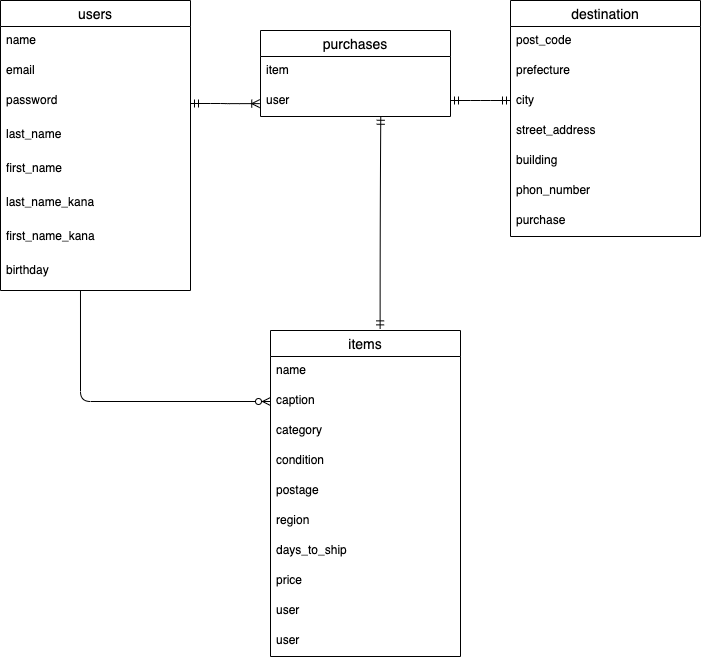
ShozoKurie/furima-39691 keeps this draw.io diagram as furima_ER図.png. Above is the earlier version. Source tidied: cells renumbered, new cells last; positions are measured from the earlier drawing's top-left corner, leaving out a move shared by most shapes.
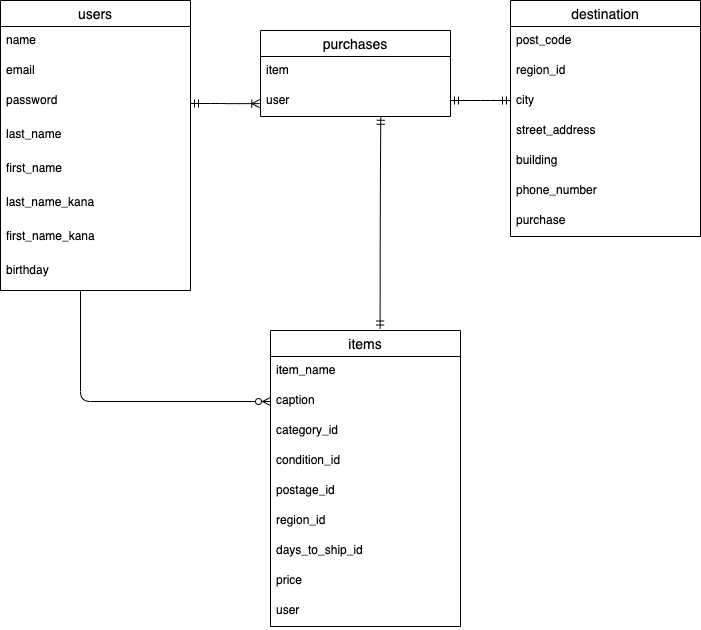
After the change.

Commit message:
readmeとER図の修正

Diff of the diagram source:
```diff
@@ -30,27 +30,27 @@
       <mxGeometry y="256" width="190" height="34" as="geometry" />
     </mxCell>
     <mxCell id="11" value="items" style="swimlane;fontStyle=0;horizontal=1;startSize=26;align=center;fontSize=14;" parent="1" vertex="1">
-      <mxGeometry x="270" y="330" width="190" height="326" as="geometry" />
+      <mxGeometry x="270" y="330" width="190" height="296" as="geometry" />
     </mxCell>
-    <mxCell id="12" value="name" style="text;strokeColor=none;fillColor=none;spacingLeft=4;spacingRight=4;overflow=hidden;fontSize=12;" parent="11" vertex="1">
+    <mxCell id="12" value="item_name" style="text;strokeColor=none;fillColor=none;spacingLeft=4;spacingRight=4;overflow=hidden;fontSize=12;" parent="11" vertex="1">
       <mxGeometry y="26" width="190" height="30" as="geometry" />
     </mxCell>
     <mxCell id="13" value="caption" style="text;strokeColor=none;fillColor=none;spacingLeft=4;spacingRight=4;overflow=hidden;points=[[0,0.5],[1,0.5]];portConstraint=eastwest;fontSize=12;" parent="11" vertex="1">
       <mxGeometry y="56" width="190" height="30" as="geometry" />
     </mxCell>
-    <mxCell id="14" value="category" style="text;strokeColor=none;fillColor=none;spacingLeft=4;spacingRight=4;overflow=hidden;fontSize=12;" parent="11" vertex="1">
+    <mxCell id="14" value="category_id" style="text;strokeColor=none;fillColor=none;spacingLeft=4;spacingRight=4;overflow=hidden;fontSize=12;" parent="11" vertex="1">
       <mxGeometry y="86" width="190" height="30" as="geometry" />
     </mxCell>
-    <mxCell id="15" value="condition" style="text;strokeColor=none;fillColor=none;spacingLeft=4;spacingRight=4;overflow=hidden;fontSize=12;" parent="11" vertex="1">
+    <mxCell id="15" value="condition_id" style="text;strokeColor=none;fillColor=none;spacingLeft=4;spacingRight=4;overflow=hidden;fontSize=12;" parent="11" vertex="1">
       <mxGeometry y="116" width="190" height="30" as="geometry" />
     </mxCell>
-    <mxCell id="16" value="postage" style="text;strokeColor=none;fillColor=none;spacingLeft=4;spacingRight=4;overflow=hidden;fontSize=12;" parent="11" vertex="1">
+    <mxCell id="16" value="postage_id" style="text;strokeColor=none;fillColor=none;spacingLeft=4;spacingRight=4;overflow=hidden;fontSize=12;" parent="11" vertex="1">
       <mxGeometry y="146" width="190" height="30" as="geometry" />
     </mxCell>
-    <mxCell id="17" value="region" style="text;strokeColor=none;fillColor=none;spacingLeft=4;spacingRight=4;overflow=hidden;fontSize=12;" parent="11" vertex="1">
+    <mxCell id="17" value="region_id" style="text;strokeColor=none;fillColor=none;spacingLeft=4;spacingRight=4;overflow=hidden;fontSize=12;" parent="11" vertex="1">
       <mxGeometry y="176" width="190" height="30" as="geometry" />
     </mxCell>
-    <mxCell id="18" value="days_to_ship" style="text;strokeColor=none;fillColor=none;spacingLeft=4;spacingRight=4;overflow=hidden;fontSize=12;" parent="11" vertex="1">
+    <mxCell id="18" value="days_to_ship_id" style="text;strokeColor=none;fillColor=none;spacingLeft=4;spacingRight=4;overflow=hidden;fontSize=12;" parent="11" vertex="1">
       <mxGeometry y="206" width="190" height="30" as="geometry" />
     </mxCell>
     <mxCell id="19" value="price" style="text;strokeColor=none;fillColor=none;spacingLeft=4;spacingRight=4;overflow=hidden;fontSize=12;" parent="11" vertex="1">
@@ -59,16 +59,13 @@
     <mxCell id="20" value="user" style="text;strokeColor=none;fillColor=none;spacingLeft=4;spacingRight=4;overflow=hidden;fontSize=12;" parent="11" vertex="1">
       <mxGeometry y="266" width="190" height="30" as="geometry" />
     </mxCell>
-    <mxCell id="21" value="user" style="text;strokeColor=none;fillColor=none;spacingLeft=4;spacingRight=4;overflow=hidden;fontSize=12;" parent="11" vertex="1">
-      <mxGeometry y="296" width="190" height="30" as="geometry" />
-    </mxCell>
     <mxCell id="22" value="destination" style="swimlane;fontStyle=0;horizontal=1;startSize=26;align=center;fontSize=14;" parent="1" vertex="1">
       <mxGeometry x="510" width="190" height="236" as="geometry" />
     </mxCell>
     <mxCell id="23" value="post_code" style="text;strokeColor=none;fillColor=none;spacingLeft=4;spacingRight=4;overflow=hidden;fontSize=12;" parent="22" vertex="1">
       <mxGeometry y="26" width="190" height="30" as="geometry" />
     </mxCell>
-    <mxCell id="24" value="prefecture" style="text;strokeColor=none;fillColor=none;spacingLeft=4;spacingRight=4;overflow=hidden;fontSize=12;" parent="22" vertex="1">
+    <mxCell id="24" value="region_id" style="text;strokeColor=none;fillColor=none;spacingLeft=4;spacingRight=4;overflow=hidden;fontSize=12;" parent="22" vertex="1">
       <mxGeometry y="56" width="190" height="30" as="geometry" />
     </mxCell>
     <mxCell id="25" value="city" style="text;strokeColor=none;fillColor=none;spacingLeft=4;spacingRight=4;overflow=hidden;fontSize=12;" parent="22" vertex="1">
@@ -80,7 +77,7 @@
     <mxCell id="27" value="building" style="text;strokeColor=none;fillColor=none;spacingLeft=4;spacingRight=4;overflow=hidden;fontSize=12;" parent="22" vertex="1">
       <mxGeometry y="146" width="190" height="30" as="geometry" />
     </mxCell>
-    <mxCell id="28" value="phon_number" style="text;strokeColor=none;fillColor=none;spacingLeft=4;spacingRight=4;overflow=hidden;fontSize=12;" parent="22" vertex="1">
+    <mxCell id="28" value="phone_number" style="text;strokeColor=none;fillColor=none;spacingLeft=4;spacingRight=4;overflow=hidden;fontSize=12;" parent="22" vertex="1">
       <mxGeometry y="176" width="190" height="30" as="geometry" />
     </mxCell>
     <mxCell id="29" value="purchase" style="text;strokeColor=none;fillColor=none;spacingLeft=4;spacingRight=4;overflow=hidden;fontSize=12;" parent="22" vertex="1">
```
